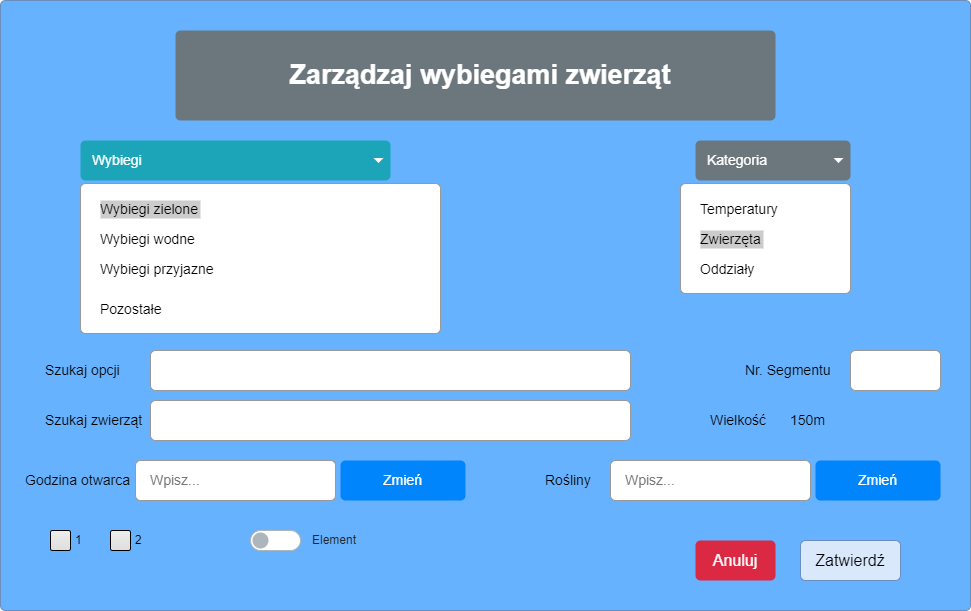
This is Diagramy/InterfejsWybiegi.drawio.png from Karczykowski/Psi, a draw.io export, as it was before one commit. Source tidied: cells renumbered, new cells last; positions are measured from the earlier drawing's top-left corner, leaving out a move shared by most shapes.
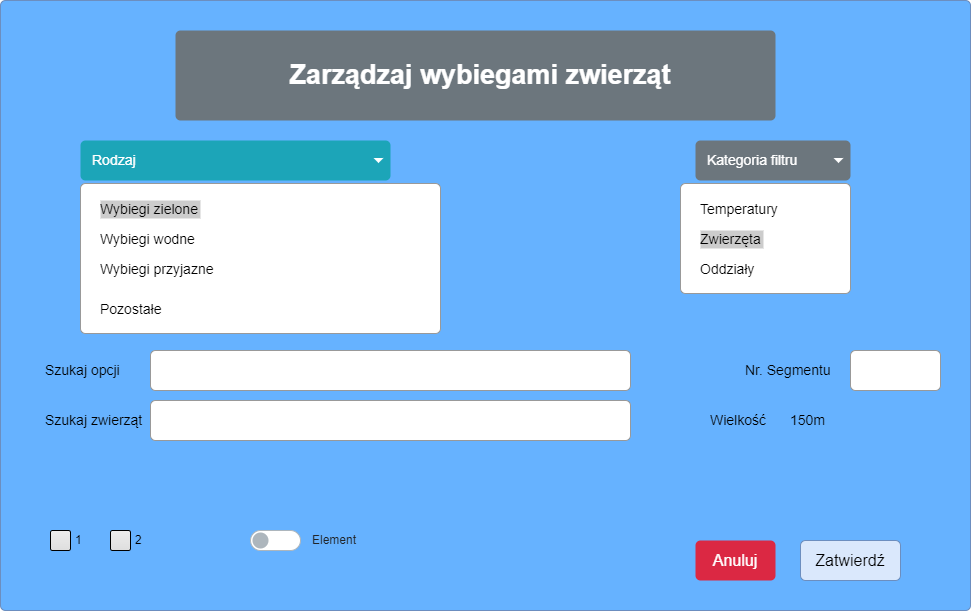
Above is the later version.

Change to the diagram source:
```diff
@@ -11,7 +11,7 @@
     <mxCell id="4" value="Zatwierdź" style="html=1;shadow=0;dashed=0;shape=mxgraph.bootstrap.rrect;rSize=5;strokeColor=#6c8ebf;strokeWidth=1;fillColor=#dae8fc;whiteSpace=wrap;align=center;verticalAlign=middle;spacingLeft=0;fontStyle=0;fontSize=16;spacing=5;" parent="1" vertex="1">
       <mxGeometry x="800" y="540" width="100" height="40" as="geometry" />
     </mxCell>
-    <mxCell id="5" value="Wybiegi" style="html=1;shadow=0;dashed=0;shape=mxgraph.bootstrap.rrect;rSize=5;strokeColor=none;strokeWidth=1;fillColor=#1CA5B8;fontColor=#ffffff;whiteSpace=wrap;align=left;verticalAlign=middle;fontStyle=0;fontSize=14;spacingLeft=10;" parent="1" vertex="1">
+    <mxCell id="5" value="Rodzaj" style="html=1;shadow=0;dashed=0;shape=mxgraph.bootstrap.rrect;rSize=5;strokeColor=none;strokeWidth=1;fillColor=#1CA5B8;fontColor=#ffffff;whiteSpace=wrap;align=left;verticalAlign=middle;fontStyle=0;fontSize=14;spacingLeft=10;" parent="1" vertex="1">
       <mxGeometry x="80" y="140" width="310" height="40" as="geometry" />
     </mxCell>
     <mxCell id="6" style="shape=triangle;direction=south;fillColor=#ffffff;strokeColor=none;perimeter=none;" parent="5" vertex="1">
@@ -42,7 +42,7 @@
         <mxPoint y="110" as="offset" />
       </mxGeometry>
     </mxCell>
-    <mxCell id="12" value="Kategoria" style="html=1;shadow=0;dashed=0;shape=mxgraph.bootstrap.rrect;rSize=5;strokeColor=none;strokeWidth=1;fillColor=#6C767D;fontColor=#ffffff;whiteSpace=wrap;align=left;verticalAlign=middle;fontStyle=0;fontSize=14;spacingLeft=10;" parent="1" vertex="1">
+    <mxCell id="12" value="Kategoria filtru" style="html=1;shadow=0;dashed=0;shape=mxgraph.bootstrap.rrect;rSize=5;strokeColor=none;strokeWidth=1;fillColor=#6C767D;fontColor=#ffffff;whiteSpace=wrap;align=left;verticalAlign=middle;fontStyle=0;fontSize=14;spacingLeft=10;" parent="1" vertex="1">
       <mxGeometry x="695" y="140" width="155" height="40" as="geometry" />
     </mxCell>
     <mxCell id="13" style="shape=triangle;direction=south;fillColor=#ffffff;strokeColor=none;perimeter=none;" parent="12" vertex="1">
@@ -80,12 +80,6 @@
     <mxCell id="21" style="html=1;shadow=0;dashed=0;shape=mxgraph.bootstrap.rrect;rSize=5;strokeColor=#999999;fillColor=#ffffff;fontColor=#777777;whiteSpace=wrap;align=left;verticalAlign=middle;fontStyle=0;fontSize=14;spacing=15;" parent="1" vertex="1">
       <mxGeometry x="150" y="350" width="480" height="40" as="geometry" />
     </mxCell>
-    <mxCell id="22" value="Wpisz..." style="html=1;shadow=0;dashed=0;shape=mxgraph.bootstrap.rrect;rSize=5;strokeColor=#999999;fillColor=#ffffff;fontColor=#777777;whiteSpace=wrap;align=left;verticalAlign=middle;fontStyle=0;fontSize=14;spacing=15;" parent="1" vertex="1">
-      <mxGeometry x="135" y="460" width="200" height="40" as="geometry" />
-    </mxCell>
-    <mxCell id="23" value="Zmień" style="html=1;shadow=0;dashed=0;shape=mxgraph.bootstrap.rrect;rSize=5;strokeColor=none;fillColor=#0085FC;fontColor=#ffffff;whiteSpace=wrap;align=center;verticalAlign=middle;fontStyle=0;fontSize=14;spacing=14;" parent="1" vertex="1">
-      <mxGeometry x="340" y="460" width="125" height="40" as="geometry" />
-    </mxCell>
     <mxCell id="24" value="1" style="html=1;shadow=0;dashed=0;shape=mxgraph.bootstrap.checkbox2;labelPosition=right;verticalLabelPosition=middle;align=left;verticalAlign=middle;gradientColor=#DEDEDE;fillColor=#EDEDED;checked=0;spacing=5;checkedFill=#0085FC;checkedStroke=#ffffff;" parent="1" vertex="1">
       <mxGeometry x="50" y="530" width="20" height="20" as="geometry" />
     </mxCell>
@@ -98,18 +92,6 @@
     <mxCell id="27" value="Anuluj" style="html=1;shadow=0;dashed=0;shape=mxgraph.bootstrap.rrect;rSize=5;strokeColor=none;strokeWidth=1;fillColor=#DB2843;fontColor=#FFFFFF;whiteSpace=wrap;align=center;verticalAlign=middle;spacingLeft=0;fontStyle=0;fontSize=16;spacing=5;" parent="1" vertex="1">
       <mxGeometry x="695" y="540" width="80" height="40" as="geometry" />
     </mxCell>
-    <mxCell id="28" value="Wpisz..." style="html=1;shadow=0;dashed=0;shape=mxgraph.bootstrap.rrect;rSize=5;strokeColor=#999999;fillColor=#ffffff;fontColor=#777777;whiteSpace=wrap;align=left;verticalAlign=middle;fontStyle=0;fontSize=14;spacing=15;" parent="1" vertex="1">
-      <mxGeometry x="610" y="460" width="200" height="40" as="geometry" />
-    </mxCell>
-    <mxCell id="29" value="Zmień" style="html=1;shadow=0;dashed=0;shape=mxgraph.bootstrap.rrect;rSize=5;strokeColor=none;fillColor=#0085FC;fontColor=#ffffff;whiteSpace=wrap;align=center;verticalAlign=middle;fontStyle=0;fontSize=14;spacing=14;" parent="1" vertex="1">
-      <mxGeometry x="815" y="460" width="125" height="40" as="geometry" />
-    </mxCell>
-    <mxCell id="30" value="Godzina otwarca" style="strokeColor=none;fillColor=none;fontColor=#000000;whiteSpace=wrap;align=left;verticalAlign=middle;fontStyle=0;fontSize=14;spacing=15;" parent="1" vertex="1">
-      <mxGeometry x="10" y="460" width="150" height="40" as="geometry" />
-    </mxCell>
-    <mxCell id="31" value="Rośliny" style="strokeColor=none;fillColor=none;fontColor=#000000;whiteSpace=wrap;align=left;verticalAlign=middle;fontStyle=0;fontSize=14;spacing=15;" parent="1" vertex="1">
-      <mxGeometry x="530" y="460" width="150" height="40" as="geometry" />
-    </mxCell>
     <mxCell id="32" style="html=1;shadow=0;dashed=0;shape=mxgraph.bootstrap.rrect;rSize=5;strokeColor=#999999;fillColor=#ffffff;fontColor=#777777;whiteSpace=wrap;align=left;verticalAlign=middle;fontStyle=0;fontSize=14;spacing=15;" parent="1" vertex="1">
       <mxGeometry x="850" y="350" width="90" height="40" as="geometry" />
     </mxCell>
```
